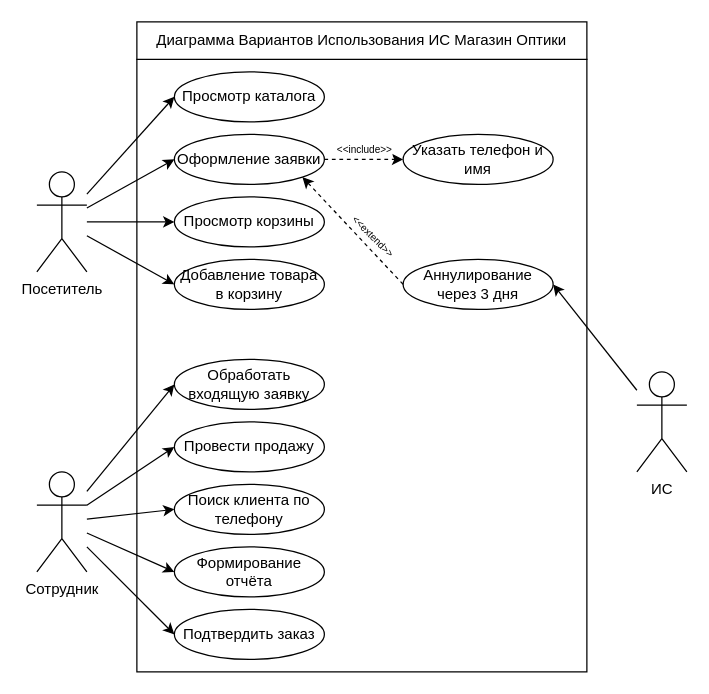
Above: page "вариантовИСПОЛЬ" (1 of 6) of Диаграмма_вариантов_использования.drawio in randomRETARDpills2007/Kypco8a9 (draw.io), before the change. Source tidied: cells renumbered, new cells numbered last; positions are measured from the earlier drawing's top-left corner, leaving out a move shared by most shapes. Both pictures are drawn from the tidied source at 125%, with x=0, y=0 at pixel (36, 21).
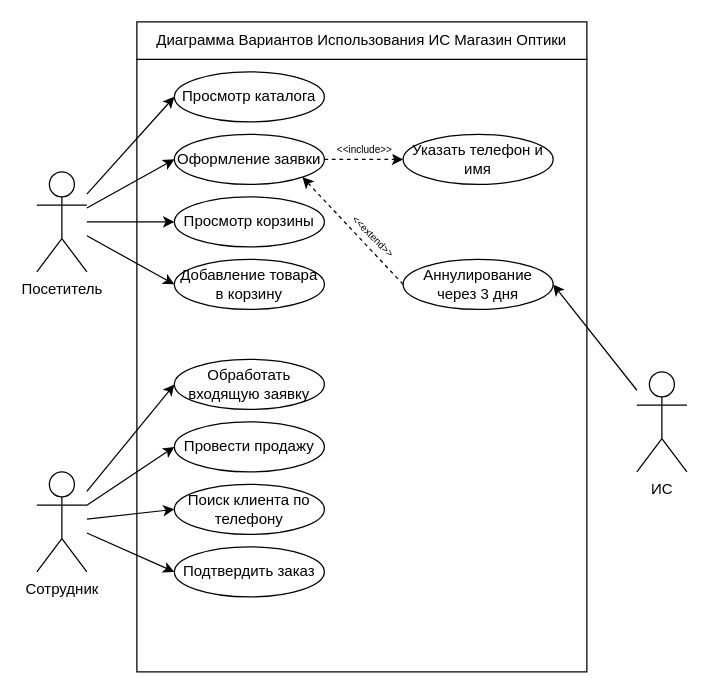
The same page after the edit.

Unchanged cells that the change refers to:
```xml
<mxCell id="3" value="Сотрудник&lt;div&gt;&lt;br&gt;&lt;/div&gt;" style="shape=umlActor;verticalLabelPosition=bottom;verticalAlign=top;html=1;outlineConnect=0;" parent="1" vertex="1">
  <mxGeometry y="360" width="40" height="80" as="geometry" />
</mxCell>
```

What changed in the source:
```diff
@@
-    <mxCell id="10" value="Формирование отчёта" style="ellipse;whiteSpace=wrap;html=1;" parent="1" vertex="1">
-      <mxGeometry x="110" y="420" width="120" height="40" as="geometry" />
-    </mxCell>
@@
-    <mxCell id="19" style="endArrow=classic;html=1;rounded=0;entryX=0;entryY=0.5;entryDx=0;entryDy=0;" parent="1" edge="1" source="3" target="10">
-      <mxGeometry relative="1" as="geometry" />
-    </mxCell>
@@
     <mxCell id="29" value="Подтвердить заказ" style="ellipse;whiteSpace=wrap;html=1;" parent="1" vertex="1">
-      <mxGeometry x="110" y="470" width="120" height="40" as="geometry" />
+      <mxGeometry x="110" y="420" width="120" height="40" as="geometry" />
     </mxCell>
```
